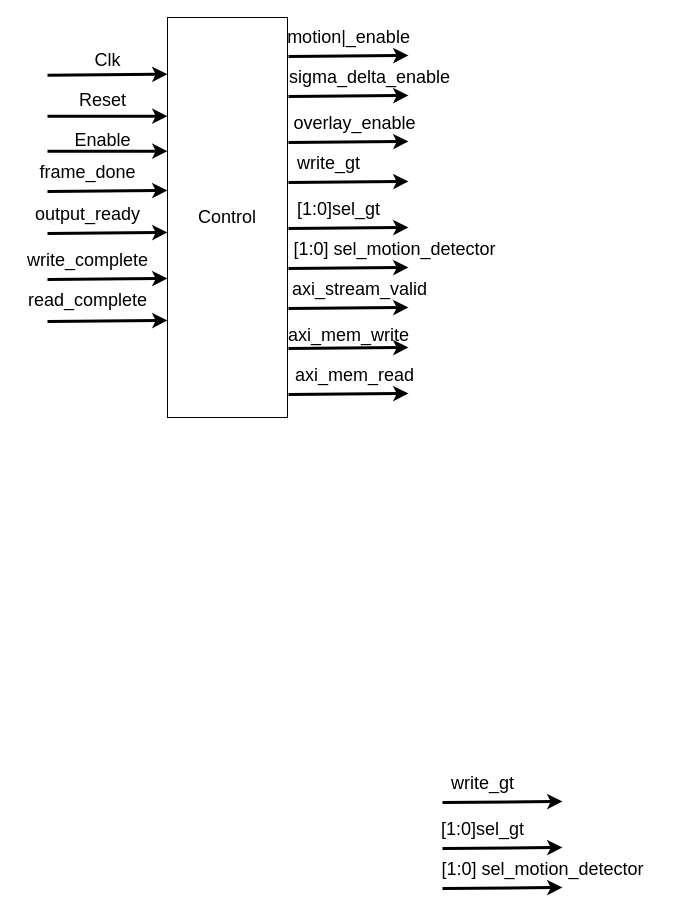
Above: drawings/control.drawio in sabarioded/Hardware_for_Digital_Video_Motion_Detector (draw.io), before the change. Source tidied: cells renumbered, new cells numbered last; positions are measured from the earlier drawing's top-left corner, leaving out a move shared by most shapes. Both pictures are drawn from the tidied source at 100%, with x=0, y=0 at pixel (17, 17).
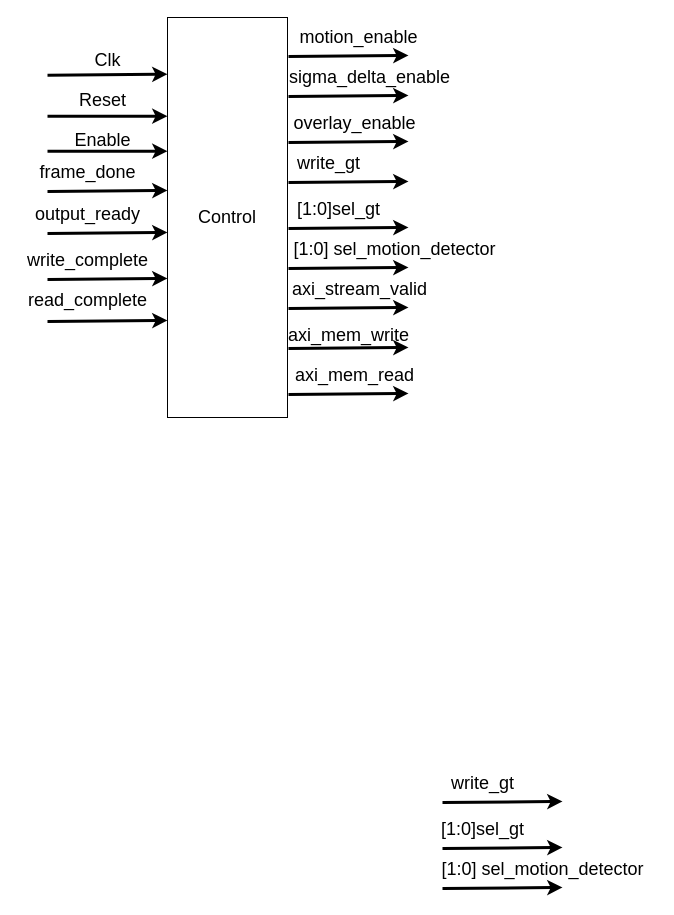
The same page after the edit.

The edit, as a diff of the source:
```diff
@@
-    <mxCell id="24" value="&lt;span style=&quot;font-size: 18px;&quot;&gt;motion|_enable&lt;/span&gt;" style="text;html=1;align=center;verticalAlign=middle;strokeColor=none;fillColor=none;" parent="1" vertex="1">
-      <mxGeometry x="256" width="150" height="40" as="geometry" />
+    <mxCell id="24" value="&lt;span style=&quot;font-size: 18px;&quot;&gt;motion_enable&lt;/span&gt;" style="text;html=1;align=center;verticalAlign=middle;strokeColor=none;fillColor=none;" parent="1" vertex="1">
+      <mxGeometry x="271" width="140" height="40" as="geometry" />
     </mxCell>
```
